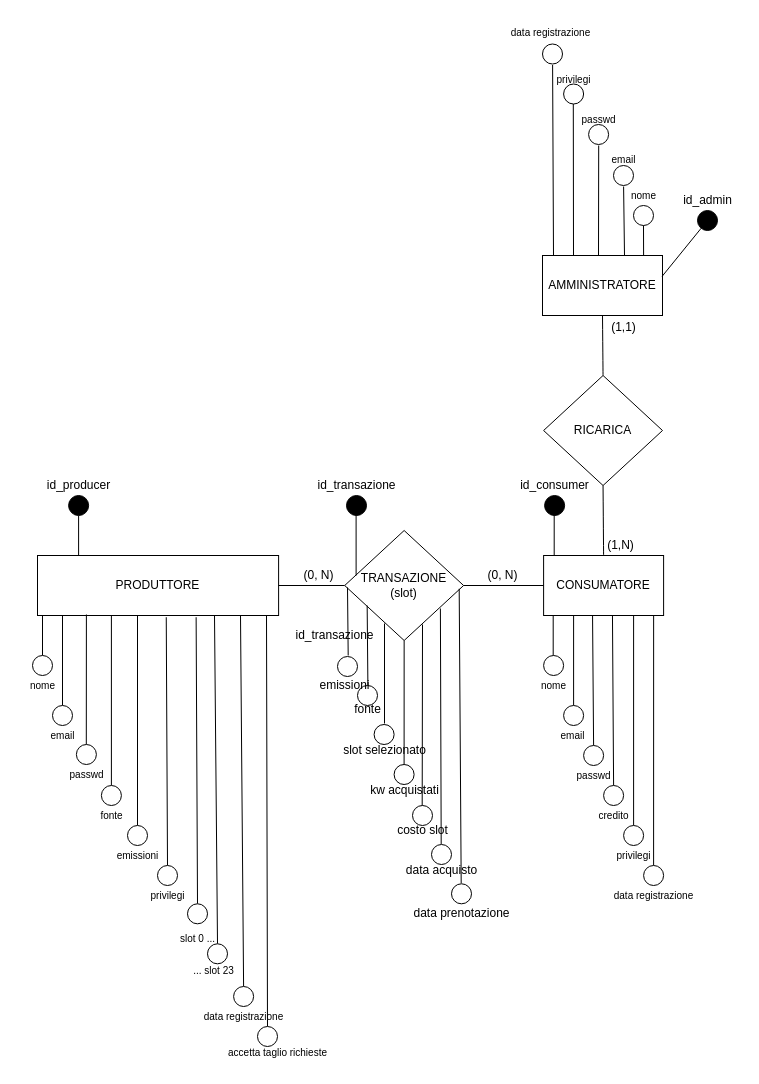
Simo-univpm/progetto_pa keeps this draw.io diagram as documenti/diagrammi/diagramma entity relationship.drawio. Above is the earlier version. Source tidied: cells renumbered, new cells numbered last; positions are measured from the earlier drawing's top-left corner, leaving out a move shared by most shapes. Both pictures are drawn from the tidied source at 100%, with x=0, y=0 at pixel (17, 17).
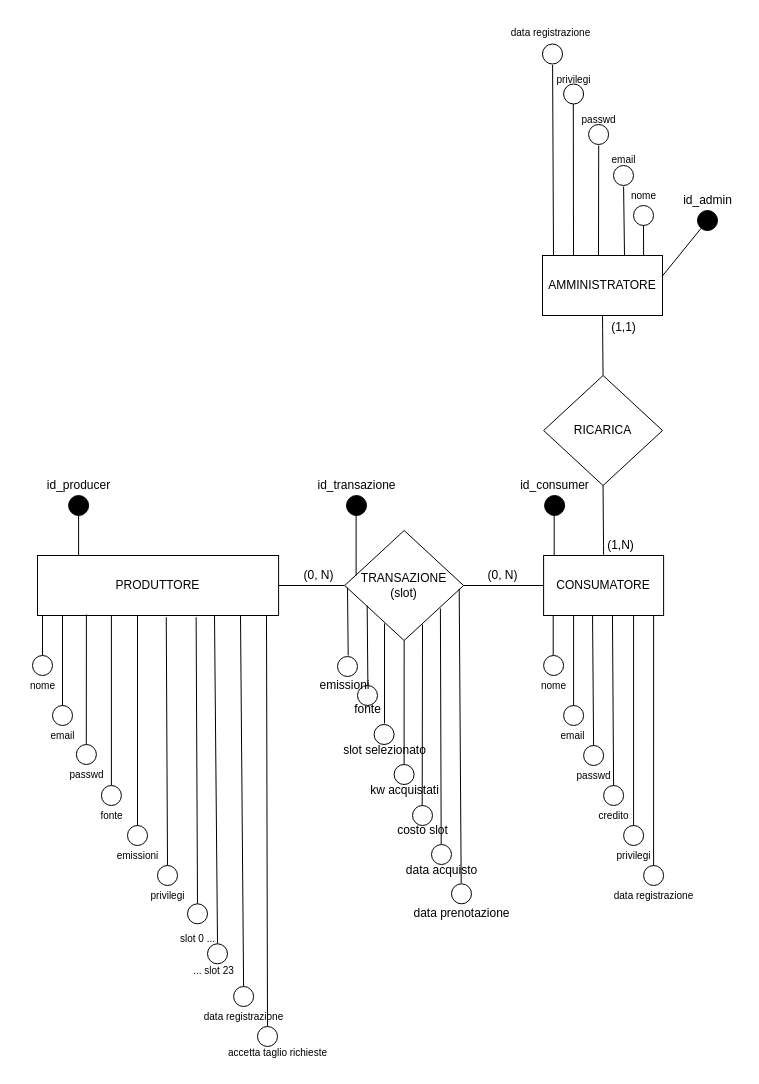
Above is the later version.

What changed in the source:
```diff
@@
-    <mxCell id="63" value="id_transazione" style="text;html=1;align=center;verticalAlign=middle;strokeColor=none;fillColor=none;fontSize=12;" parent="1" vertex="1">
-      <mxGeometry x="267" y="603" width="100" height="30" as="geometry" />
-    </mxCell>
```
